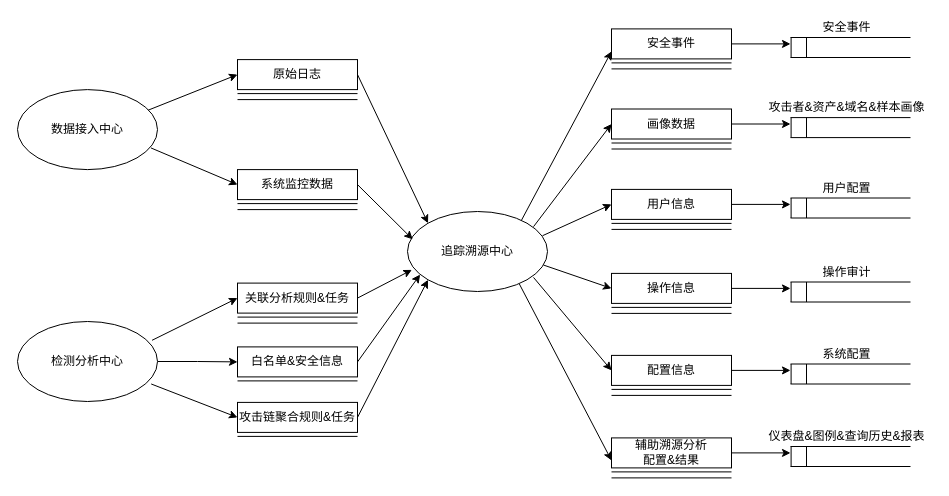
The draw.io diagram 软件概要设计-追踪溯源中心-数据流图.drawio in popvlovs/popvlovs-repository, before the edit. Source tidied: cells renumbered, new cells numbered last; positions are measured from the earlier drawing's top-left corner, leaving out a move shared by most shapes. Both pictures are drawn from the tidied source at 100%, with x=0, y=0 at pixel (17, 17).
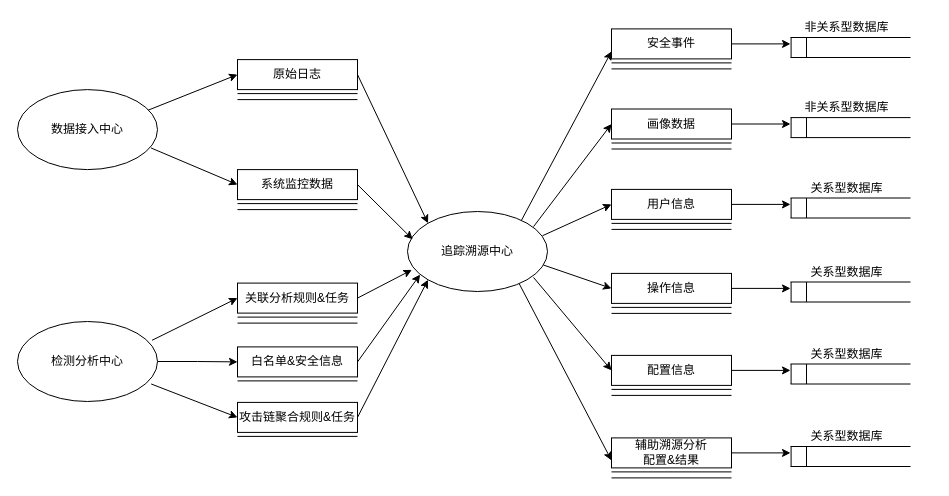
After the change.

Commit message:
Update 软件概要设计-追踪溯源中心-数据流图.drawio

Diff of the diagram source:
```diff
@@
-    <mxCell id="20" value="攻击者&amp;amp;资产&amp;amp;域名&amp;amp;样本画像" style="text;html=1;align=center;verticalAlign=middle;strokeColor=none;fillColor=none;" parent="1" vertex="1">
-      <mxGeometry x="744" y="80.1" width="170" height="20" as="geometry" />
+    <mxCell id="20" value="非关系型数据库" style="text;html=1;align=center;verticalAlign=middle;strokeColor=none;fillColor=none;" parent="1" vertex="1">
+      <mxGeometry x="779" y="80.1" width="100" height="20" as="geometry" />
     </mxCell>
@@
-    <mxCell id="30" value="用户配置" style="text;html=1;align=center;verticalAlign=middle;strokeColor=none;fillColor=none;" parent="1" vertex="1">
-      <mxGeometry x="799" y="160.5" width="60" height="20" as="geometry" />
+    <mxCell id="30" value="关系型数据库" style="text;html=1;align=center;verticalAlign=middle;strokeColor=none;fillColor=none;" parent="1" vertex="1">
+      <mxGeometry x="784" y="160.5" width="90" height="20" as="geometry" />
     </mxCell>
@@
-    <mxCell id="40" value="操作审计" style="text;html=1;align=center;verticalAlign=middle;strokeColor=none;fillColor=none;" parent="1" vertex="1">
-      <mxGeometry x="799" y="244.5" width="60" height="20" as="geometry" />
+    <mxCell id="40" value="关系型数据库" style="text;html=1;align=center;verticalAlign=middle;strokeColor=none;fillColor=none;" parent="1" vertex="1">
+      <mxGeometry x="784" y="244.5" width="90" height="20" as="geometry" />
     </mxCell>
@@
-    <mxCell id="50" value="系统配置" style="text;html=1;align=center;verticalAlign=middle;strokeColor=none;fillColor=none;" parent="1" vertex="1">
-      <mxGeometry x="799" y="326.5" width="60" height="20" as="geometry" />
+    <mxCell id="50" value="关系型数据库" style="text;html=1;align=center;verticalAlign=middle;strokeColor=none;fillColor=none;" parent="1" vertex="1">
+      <mxGeometry x="784" y="326.5" width="90" height="20" as="geometry" />
     </mxCell>
@@
-    <mxCell id="75" value="安全事件" style="text;html=1;align=center;verticalAlign=middle;strokeColor=none;fillColor=none;" parent="1" vertex="1">
-      <mxGeometry x="799" width="60" height="20" as="geometry" />
+    <mxCell id="75" value="非关系型数据库" style="text;html=1;align=center;verticalAlign=middle;strokeColor=none;fillColor=none;" parent="1" vertex="1">
+      <mxGeometry x="779" width="100" height="20" as="geometry" />
     </mxCell>
@@
-    <mxCell id="85" value="仪表盘&amp;amp;图例&amp;amp;查询历史&amp;amp;报表" style="text;html=1;align=center;verticalAlign=middle;strokeColor=none;fillColor=none;" parent="1" vertex="1">
-      <mxGeometry x="744" y="409" width="170" height="20" as="geometry" />
+    <mxCell id="85" value="关系型数据库" style="text;html=1;align=center;verticalAlign=middle;strokeColor=none;fillColor=none;" parent="1" vertex="1">
+      <mxGeometry x="784" y="409" width="90" height="20" as="geometry" />
     </mxCell>
```
